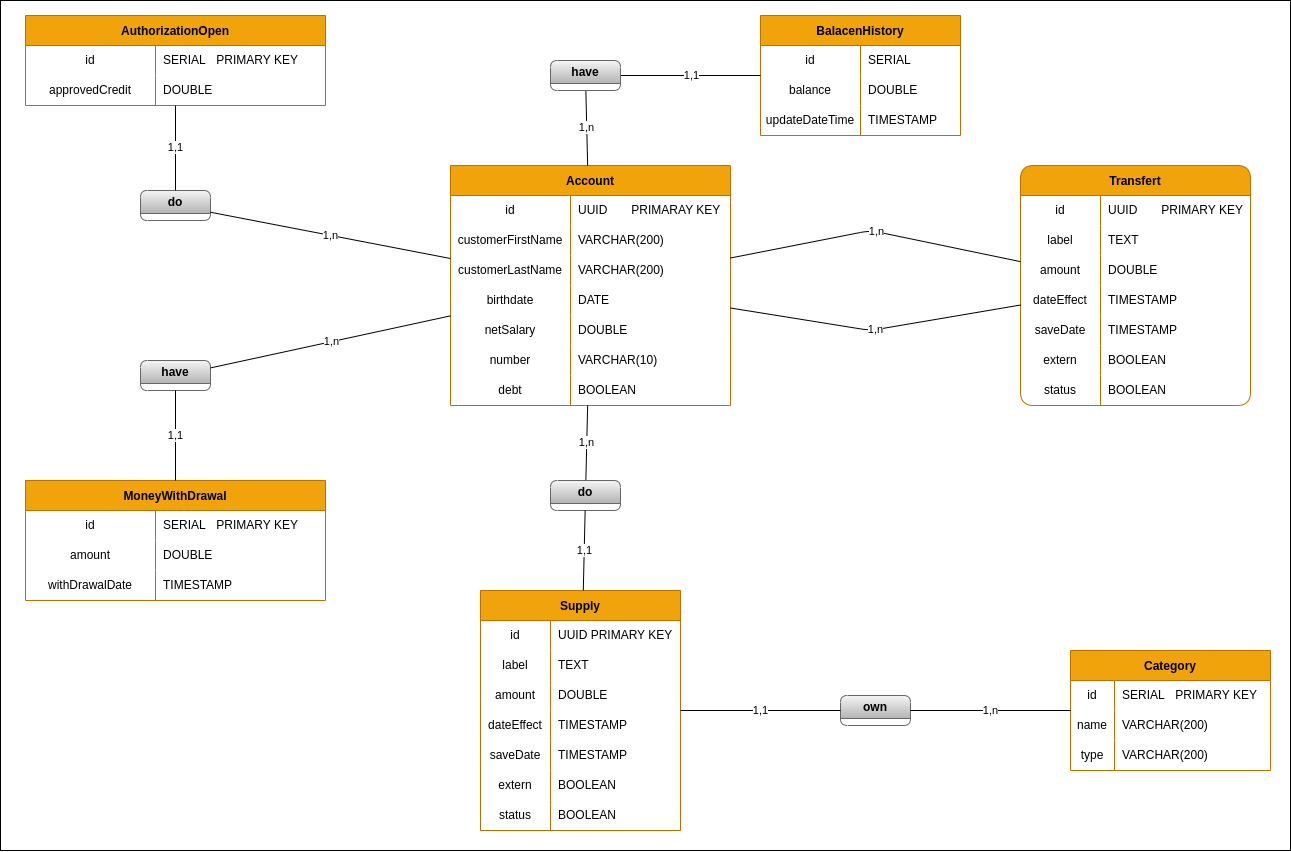
The draw.io diagram docs/MCD.png in NumBank/NumBank-API, before a commit. Source tidied: cells renumbered, new cells last; positions are measured from the earlier drawing's top-left corner, leaving out a move shared by most shapes.
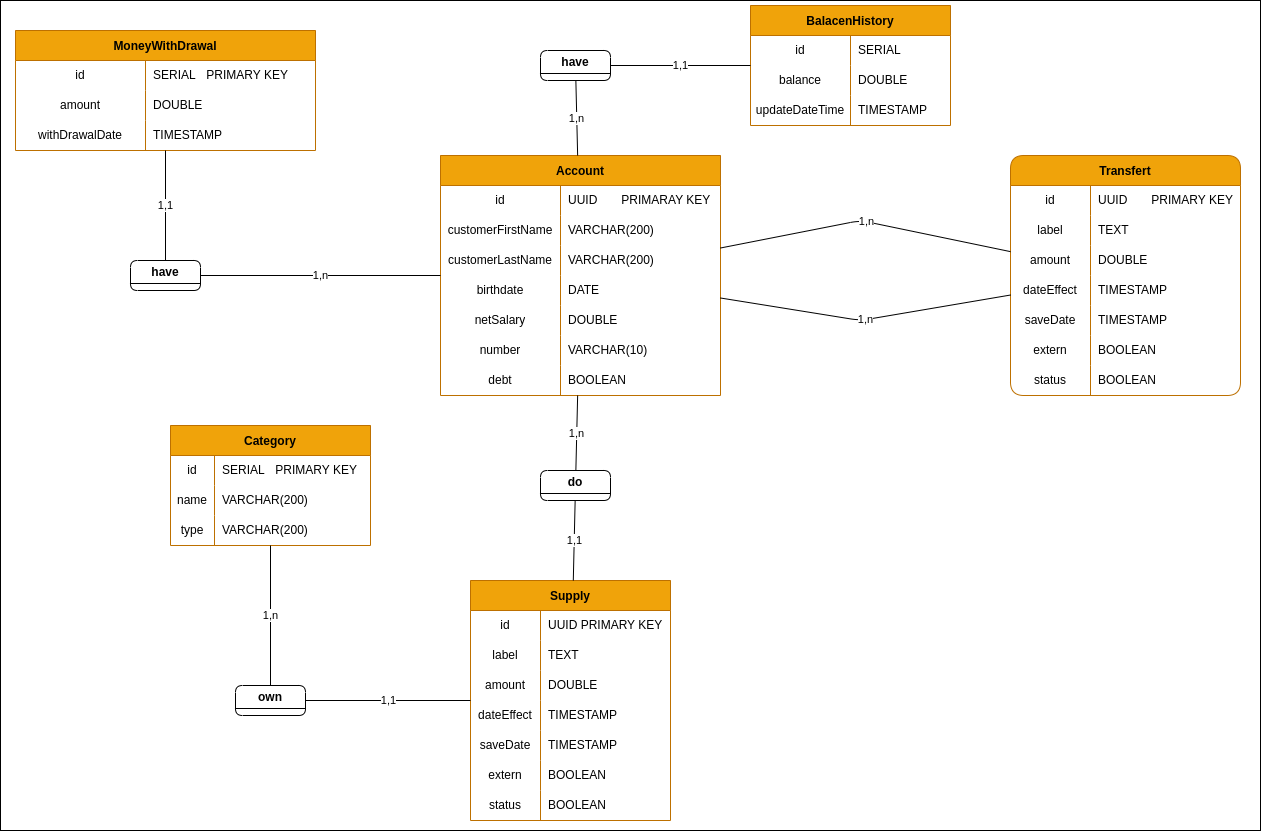
Later version of the same file.

Change to the diagram source:
```diff
@@ -165,7 +165,7 @@
       <mxGeometry x="70" width="130" height="30" as="geometry" />
     </mxCell>
     <mxCell id="56" value="Category" style="shape=table;startSize=30;rowLines=0;fontStyle=1;fillColor=#f0a30a;fontColor=#000000;strokeColor=#BD7000;" parent="1" vertex="1">
-      <mxGeometry x="1070" y="650" width="200" height="120" as="geometry" />
+      <mxGeometry x="180" y="435" width="200" height="120" as="geometry" />
     </mxCell>
     <mxCell id="57" style="shape=tableRow;horizontal=0;startSize=0;swimlaneHead=0;swimlaneBody=0;top=0;left=0;bottom=0;right=0;fillColor=none;" parent="56" vertex="1">
       <mxGeometry y="30" width="200" height="30" as="geometry" />
@@ -194,8 +194,8 @@
     <mxCell id="65" value="VARCHAR(200)" style="shape=partialRectangle;html=1;whiteSpace=wrap;fillColor=none;top=0;left=0;bottom=0;right=0;align=left;spacingLeft=6;overflow=hidden;" parent="63" vertex="1">
       <mxGeometry x="44" width="156" height="30" as="geometry" />
     </mxCell>
-    <mxCell id="66" value="own" style="swimlane;whiteSpace=wrap;html=1;rounded=1;fillColor=#f5f5f5;gradientColor=#b3b3b3;strokeColor=#666666;" parent="1" vertex="1">
-      <mxGeometry x="840" y="695" width="70" height="30" as="geometry" />
+    <mxCell id="66" value="own" style="swimlane;whiteSpace=wrap;html=1;rounded=1;fillColor=none;" parent="1" vertex="1">
+      <mxGeometry x="245" y="695" width="70" height="30" as="geometry" />
     </mxCell>
     <mxCell id="67" value="1,n" style="endArrow=none;html=1;" parent="1" edge="1" source="66" target="56">
       <mxGeometry relative="1" as="geometry" />
@@ -212,13 +212,13 @@
     <mxCell id="71" value="1,n" style="endArrow=none;html=1;" parent="1" edge="1" source="2" target="74">
       <mxGeometry relative="1" as="geometry" />
     </mxCell>
-    <mxCell id="72" value="do" style="swimlane;whiteSpace=wrap;html=1;rounded=1;startSize=23;fillColor=#f5f5f5;gradientColor=#b3b3b3;strokeColor=#666666;" parent="1" vertex="1">
+    <mxCell id="72" value="do" style="swimlane;whiteSpace=wrap;html=1;rounded=1;startSize=23;fillColor=none;" parent="1" vertex="1">
       <mxGeometry x="550" y="480" width="70" height="30" as="geometry" />
     </mxCell>
     <mxCell id="73" value="1,1" style="endArrow=none;html=1;" parent="1" edge="1" source="34" target="72">
       <mxGeometry relative="1" as="geometry" />
     </mxCell>
-    <mxCell id="74" value="have" style="swimlane;whiteSpace=wrap;html=1;rounded=1;startSize=23;fillColor=#f5f5f5;gradientColor=#b3b3b3;strokeColor=#666666;" parent="1" vertex="1">
+    <mxCell id="74" value="have" style="swimlane;whiteSpace=wrap;html=1;rounded=1;startSize=23;fillColor=none;" parent="1" vertex="1">
       <mxGeometry x="550" y="60" width="70" height="30" as="geometry" />
     </mxCell>
     <mxCell id="75" value="Transfert" style="shape=table;startSize=30;rowLines=0;fontStyle=1;fillColor=#f0a30a;fontColor=#000000;strokeColor=#BD7000;rounded=1;" parent="1" vertex="1">
@@ -301,29 +301,8 @@
         </Array>
       </mxGeometry>
     </mxCell>
-    <mxCell id="99" value="AuthorizationOpen" style="shape=table;startSize=30;rowLines=0;fontStyle=1;fillColor=#f0a30a;fontColor=#000000;strokeColor=#BD7000;" parent="1" vertex="1">
-      <mxGeometry x="25" y="15" width="300" height="90" as="geometry" />
-    </mxCell>
-    <mxCell id="100" style="shape=tableRow;horizontal=0;startSize=0;swimlaneHead=0;swimlaneBody=0;top=0;left=0;bottom=0;right=0;fillColor=none;" parent="99" vertex="1">
-      <mxGeometry y="30" width="300" height="30" as="geometry" />
-    </mxCell>
-    <mxCell id="101" value="id" style="shape=partialRectangle;html=1;whiteSpace=wrap;fillColor=none;top=0;left=0;bottom=0;right=0;overflow=hidden;" parent="100" vertex="1">
-      <mxGeometry width="130" height="30" as="geometry" />
-    </mxCell>
-    <mxCell id="102" value="SERIAL&lt;span style=&quot;white-space: pre;&quot;&gt;&#9;&lt;/span&gt;PRIMARY KEY" style="shape=partialRectangle;html=1;whiteSpace=wrap;fillColor=none;top=0;left=0;bottom=0;right=0;align=left;spacingLeft=6;overflow=hidden;" parent="100" vertex="1">
-      <mxGeometry x="130" width="170" height="30" as="geometry" />
-    </mxCell>
-    <mxCell id="103" style="shape=tableRow;horizontal=0;startSize=0;swimlaneHead=0;swimlaneBody=0;top=0;left=0;bottom=0;right=0;fillColor=none;" parent="99" vertex="1">
-      <mxGeometry y="60" width="300" height="30" as="geometry" />
-    </mxCell>
-    <mxCell id="104" value="approvedCredit" style="shape=partialRectangle;html=1;whiteSpace=wrap;fillColor=none;top=0;left=0;bottom=0;right=0;overflow=hidden;" parent="103" vertex="1">
-      <mxGeometry width="130" height="30" as="geometry" />
-    </mxCell>
-    <mxCell id="105" value="DOUBLE" style="shape=partialRectangle;html=1;whiteSpace=wrap;fillColor=none;top=0;left=0;bottom=0;right=0;align=left;spacingLeft=6;overflow=hidden;" parent="103" vertex="1">
-      <mxGeometry x="130" width="170" height="30" as="geometry" />
-    </mxCell>
     <mxCell id="106" value="MoneyWithDrawal" style="shape=table;startSize=30;rowLines=0;fontStyle=1;fillColor=#f0a30a;fontColor=#000000;strokeColor=#BD7000;" parent="1" vertex="1">
-      <mxGeometry x="25" y="480" width="300" height="120" as="geometry" />
+      <mxGeometry x="25" y="40" width="300" height="120" as="geometry" />
     </mxCell>
     <mxCell id="107" style="shape=tableRow;horizontal=0;startSize=0;swimlaneHead=0;swimlaneBody=0;top=0;left=0;bottom=0;right=0;fillColor=none;" parent="106" vertex="1">
       <mxGeometry y="30" width="300" height="30" as="geometry" />
@@ -352,26 +331,17 @@
     <mxCell id="115" value="TIMESTAMP" style="shape=partialRectangle;html=1;whiteSpace=wrap;fillColor=none;top=0;left=0;bottom=0;right=0;align=left;spacingLeft=6;overflow=hidden;" parent="113" vertex="1">
       <mxGeometry x="130" width="170" height="30" as="geometry" />
     </mxCell>
-    <mxCell id="116" value="have" style="swimlane;whiteSpace=wrap;html=1;rounded=1;startSize=23;fillColor=#f5f5f5;gradientColor=#b3b3b3;strokeColor=#666666;" parent="1" vertex="1">
-      <mxGeometry x="140" y="360" width="70" height="30" as="geometry" />
+    <mxCell id="116" value="have" style="swimlane;whiteSpace=wrap;html=1;rounded=1;startSize=23;fillColor=none;" parent="1" vertex="1">
+      <mxGeometry x="140" y="270" width="70" height="30" as="geometry" />
     </mxCell>
-    <mxCell id="117" value="do" style="swimlane;whiteSpace=wrap;html=1;rounded=1;startSize=23;fillColor=#f5f5f5;gradientColor=#b3b3b3;strokeColor=#666666;" parent="1" vertex="1">
-      <mxGeometry x="140" y="190" width="70" height="30" as="geometry" />
-    </mxCell>
-    <mxCell id="118" value="1,n" style="endArrow=none;html=1;" parent="1" edge="1" source="117" target="2">
-      <mxGeometry relative="1" as="geometry" />
-    </mxCell>
-    <mxCell id="119" value="1,1" style="endArrow=none;html=1;" parent="1" edge="1" source="99" target="117">
-      <mxGeometry relative="1" as="geometry" />
-    </mxCell>
     <mxCell id="120" value="1,1" style="endArrow=none;html=1;" parent="1" edge="1" source="106" target="116">
       <mxGeometry relative="1" as="geometry" />
     </mxCell>
     <mxCell id="121" value="1,n" style="endArrow=none;html=1;" parent="1" edge="1" source="116" target="2">
       <mxGeometry relative="1" as="geometry" />
     </mxCell>
-    <mxCell id="122" style="rounded=0;whiteSpace=wrap;html=1;fillColor=none;" parent="1" vertex="1">
-      <mxGeometry width="1290" height="850" as="geometry" />
-    </mxCell>
+    <mxCell id="123" style="rounded=0;whiteSpace=wrap;html=1;fillColor=none;" parent="1" vertex="1">
+      <mxGeometry x="10" y="10" width="1260" height="830" as="geometry" />
+    </mxCell>
   </root>
 </mxGraphModel>
```
